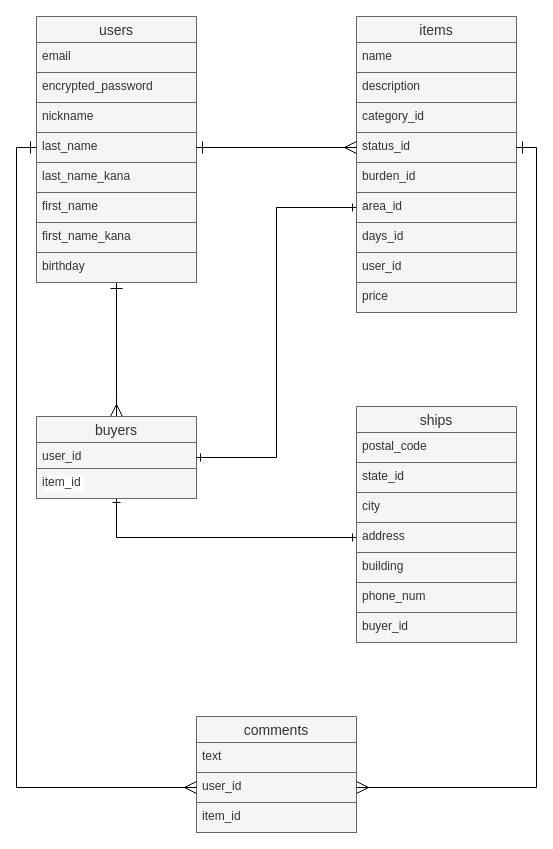
samanosuke-akechi/furima-34566 keeps this draw.io diagram as ER.dio. Above is the earlier version. Source tidied: cells renumbered, new cells numbered last; positions are measured from the earlier drawing's top-left corner, leaving out a move shared by most shapes. Both pictures are drawn from the tidied source at 100%, with x=0, y=0 at pixel (36, 16).
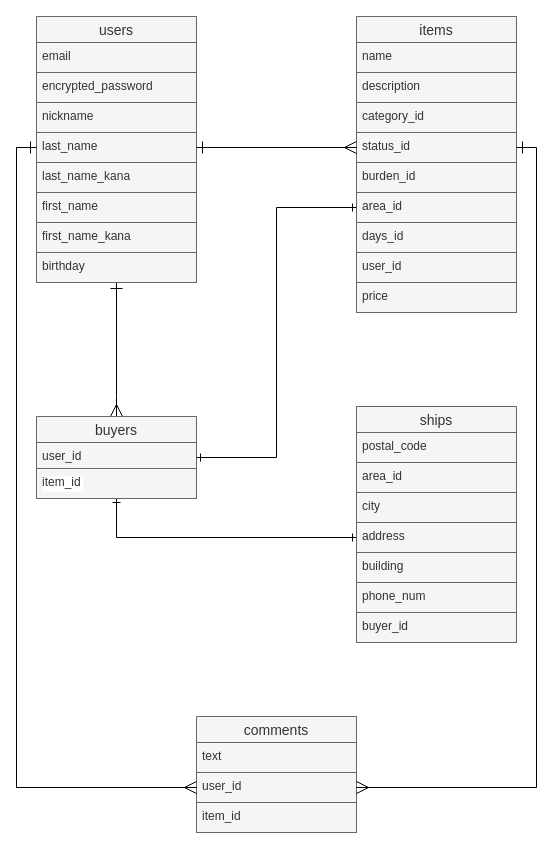
The same page after the edit.

The change refers to these unchanged cells:
```xml
<mxCell id="33" value="ships" style="swimlane;fontStyle=0;horizontal=1;startSize=26;align=center;fontSize=14;fillColor=#f5f5f5;strokeColor=#666666;fontColor=#333333;" parent="1" vertex="1">
  <mxGeometry x="320" y="390" width="160" height="236" as="geometry" />
</mxCell>
```

Diff of the diagram source:
```diff
@@
-    <mxCell id="35" value="state_id" style="text;strokeColor=#666666;fillColor=#f5f5f5;spacingLeft=4;spacingRight=4;overflow=hidden;fontSize=12;fontColor=#333333;" parent="33" vertex="1">
+    <mxCell id="35" value="area_id" style="text;strokeColor=#666666;fillColor=#f5f5f5;spacingLeft=4;spacingRight=4;overflow=hidden;fontSize=12;fontColor=#333333;" parent="33" vertex="1">
       <mxGeometry y="56" width="160" height="30" as="geometry" />
     </mxCell>
```
